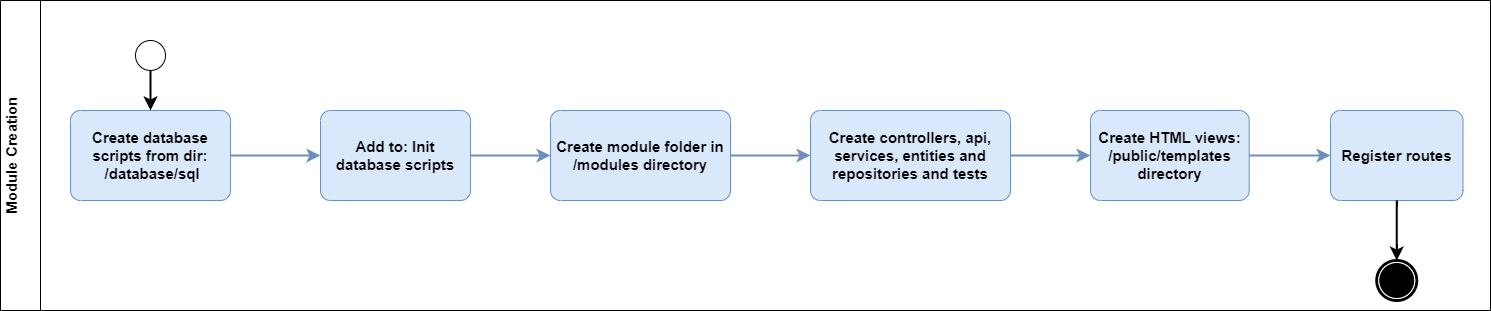
The draw.io diagram docs/_diagrams/Module Creation.png in ortizdavid/golang-modular-software, before a commit. Source tidied: cells renumbered, new cells last; positions are measured from the earlier drawing's top-left corner, leaving out a move shared by most shapes.
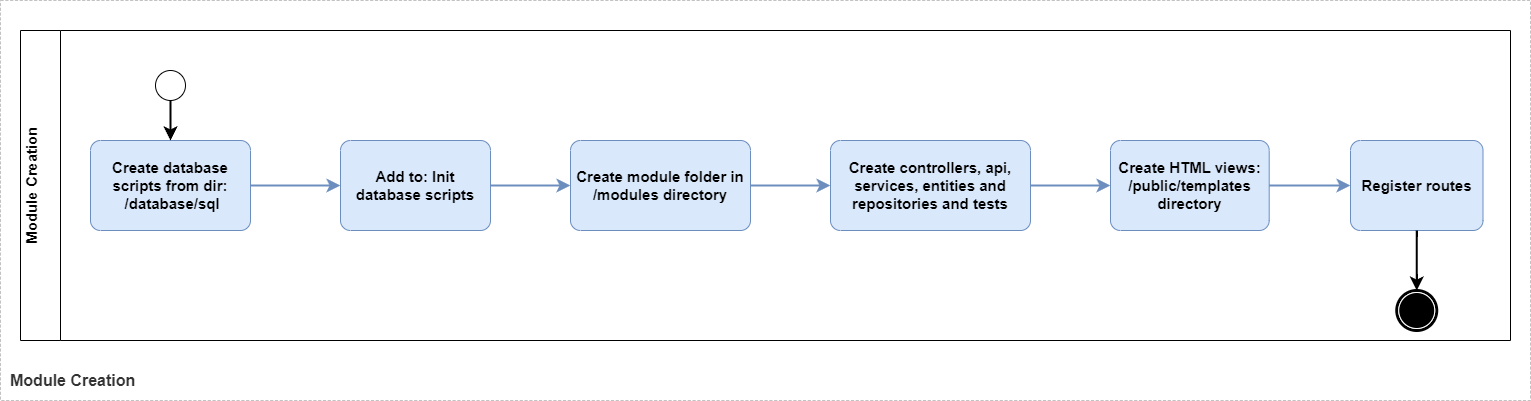
After the commit.

Change to the diagram source:
```diff
@@ -53,5 +53,10 @@
     <mxCell id="18" style="edgeStyle=none;curved=1;rounded=0;jettySize=auto;html=1;exitX=1;exitY=0.5;exitDx=0;exitDy=0;exitPerimeter=0;entryX=0;entryY=0.5;entryDx=0;entryDy=0;entryPerimeter=0;fontSize=15;startSize=8;endSize=8;fillColor=#dae8fc;strokeColor=#6c8ebf;fontStyle=1;strokeWidth=2;" parent="2" edge="1" source="17" target="4">
       <mxGeometry relative="1" as="geometry" />
     </mxCell>
+    <object id="19" label="&lt;font style=&quot;font-size: 16px&quot;&gt;&lt;b&gt;&lt;div style=&quot;text-align: left&quot;&gt;%c4Name%&lt;/div&gt;&lt;/b&gt;&lt;/font&gt;&lt;div style=&quot;text-align: left&quot;&gt;&lt;/div&gt;" c4Application="" c4Name="Module Creation" c4Type="SystemScopeBoundary" placeholders="1">
+      <mxCell style="rounded=0;fontSize=11;whiteSpace=wrap;html=1;dashed=1;arcSize=20;fillColor=none;strokeColor=#666666;fontColor=#333333;labelBackgroundColor=none;align=left;verticalAlign=bottom;labelBorderColor=none;spacingTop=0;spacing=10;dashPattern=8 4;perimeter=rectanglePerimeter;noLabel=0;labelPadding=0;absoluteArcSize=1;strokeWidth=0.4;" parent="1" vertex="1">
+        <mxGeometry x="-20" y="-30" width="1530" height="400" as="geometry" />
+      </mxCell>
+    </object>
   </root>
 </mxGraphModel>
```
